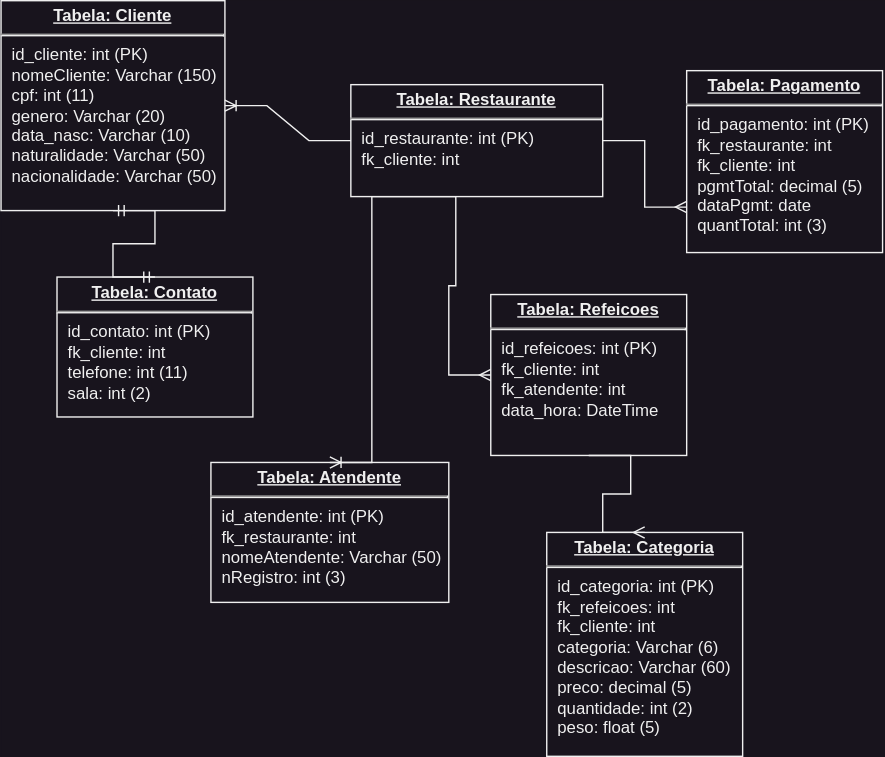
Above: Microsoft SQL Server/SENAI - Banco de Dados para Data Science/Projeto de Banco de Dados para a Cantina/BDCantina.drawio.svg in igormanoels/.Estudos-em-Banco_de_Dados (draw.io), before the change. Source tidied: cells renumbered, new cells last; positions are measured from the earlier drawing's top-left corner, leaving out a move shared by most shapes. Its diagram source:
```xml
<mxGraphModel>
  <root>
    <mxCell id="0" />
    <mxCell id="1" parent="0" />
    <mxCell id="2" value="&lt;p style=&quot;margin: 0px ; margin-top: 4px ; text-align: center ; text-decoration: underline&quot;&gt;&lt;b&gt;Tabela: Cliente&lt;/b&gt;&lt;/p&gt;&lt;hr&gt;&lt;p style=&quot;margin: 0px ; margin-left: 8px&quot;&gt;id_cliente: int (PK)&lt;br&gt;nomeCliente: Varchar (150)&lt;br&gt;cpf: int (11)&lt;/p&gt;&lt;p style=&quot;margin: 0px ; margin-left: 8px&quot;&gt;genero: Varchar (20)&lt;/p&gt;&lt;p style=&quot;margin: 0px ; margin-left: 8px&quot;&gt;data_nasc: Varchar (10)&lt;/p&gt;&lt;p style=&quot;margin: 0px ; margin-left: 8px&quot;&gt;naturalidade: Varchar (50)&lt;/p&gt;&lt;p style=&quot;margin: 0px ; margin-left: 8px&quot;&gt;nacionalidade: Varchar (50)&lt;/p&gt;" style="verticalAlign=top;align=left;overflow=fill;fontSize=12;fontFamily=Helvetica;html=1;rounded=0;shadow=0;comic=0;labelBackgroundColor=none;strokeWidth=1;" parent="1" vertex="1">
      <mxGeometry width="160" height="150" as="geometry" />
    </mxCell>
    <mxCell id="3" value="&lt;p style=&quot;margin: 0px ; margin-top: 4px ; text-align: center ; text-decoration: underline&quot;&gt;&lt;b&gt;Tabela: Restaurante&lt;/b&gt;&lt;/p&gt;&lt;hr&gt;&lt;p style=&quot;margin: 0px ; margin-left: 8px&quot;&gt;id_restaurante: int (PK)&lt;/p&gt;&lt;p style=&quot;margin: 0px ; margin-left: 8px&quot;&gt;fk_cliente: int&lt;/p&gt;&lt;p style=&quot;margin: 0px ; margin-left: 8px&quot;&gt;&lt;br&gt;&lt;/p&gt;" style="verticalAlign=top;align=left;overflow=fill;fontSize=12;fontFamily=Helvetica;html=1;rounded=0;shadow=0;comic=0;labelBackgroundColor=none;strokeWidth=1;" parent="1" vertex="1">
      <mxGeometry x="250" y="60" width="180" height="80" as="geometry" />
    </mxCell>
    <mxCell id="4" value="&lt;p style=&quot;margin: 0px ; margin-top: 4px ; text-align: center ; text-decoration: underline&quot;&gt;&lt;b&gt;Tabela: Pagamento&lt;/b&gt;&lt;/p&gt;&lt;hr&gt;&lt;p style=&quot;margin: 0px ; margin-left: 8px&quot;&gt;id_pagamento: int (PK)&lt;/p&gt;&lt;p style=&quot;margin: 0px ; margin-left: 8px&quot;&gt;fk_restaurante: int&lt;/p&gt;&lt;p style=&quot;margin: 0px ; margin-left: 8px&quot;&gt;fk_cliente: int&lt;/p&gt;&lt;p style=&quot;margin: 0px ; margin-left: 8px&quot;&gt;pgmtTotal: decimal (5)&lt;/p&gt;&lt;p style=&quot;margin: 0px ; margin-left: 8px&quot;&gt;dataPgmt: date&lt;/p&gt;&lt;p style=&quot;margin: 0px ; margin-left: 8px&quot;&gt;quantTotal: int (3)&lt;/p&gt;" style="verticalAlign=top;align=left;overflow=fill;fontSize=12;fontFamily=Helvetica;html=1;rounded=0;shadow=0;comic=0;labelBackgroundColor=none;strokeWidth=1;" parent="1" vertex="1">
      <mxGeometry x="490" y="50" width="140" height="130" as="geometry" />
    </mxCell>
    <mxCell id="5" value="&lt;p style=&quot;margin: 0px ; margin-top: 4px ; text-align: center ; text-decoration: underline&quot;&gt;&lt;b&gt;Tabela: Refeicoes&lt;/b&gt;&lt;/p&gt;&lt;hr&gt;&lt;p style=&quot;margin: 0px ; margin-left: 8px&quot;&gt;id_refeicoes: int (PK)&lt;/p&gt;&lt;p style=&quot;margin: 0px ; margin-left: 8px&quot;&gt;fk_cliente: int&lt;br&gt;&lt;/p&gt;&lt;p style=&quot;margin: 0px ; margin-left: 8px&quot;&gt;fk_atendente: int&lt;/p&gt;&lt;p style=&quot;margin: 0px ; margin-left: 8px&quot;&gt;data_hora: DateTime&lt;/p&gt;" style="verticalAlign=top;align=left;overflow=fill;fontSize=12;fontFamily=Helvetica;html=1;rounded=0;shadow=0;comic=0;labelBackgroundColor=none;strokeWidth=1;" parent="1" vertex="1">
      <mxGeometry x="350" y="210" width="140" height="115" as="geometry" />
    </mxCell>
    <mxCell id="6" style="edgeStyle=entityRelationEdgeStyle;fontSize=12;html=1;endArrow=ERmany;rounded=0;entryX=0;entryY=0.5;entryDx=0;entryDy=0;exitX=0.25;exitY=1;exitDx=0;exitDy=0;" parent="1" edge="1" source="3" target="5">
      <mxGeometry relative="1" as="geometry">
        <Array as="points">
          <mxPoint x="390" y="170" />
          <mxPoint x="470" y="145" />
          <mxPoint x="400" y="260" />
          <mxPoint x="170" y="290" />
        </Array>
      </mxGeometry>
    </mxCell>
    <mxCell id="7" style="edgeStyle=entityRelationEdgeStyle;fontSize=12;html=1;endArrow=ERoneToMany;rounded=0;entryX=1;entryY=0.5;entryDx=0;entryDy=0;exitX=0;exitY=0.5;exitDx=0;exitDy=0;" parent="1" edge="1" source="3" target="2">
      <mxGeometry relative="1" as="geometry">
        <Array as="points">
          <mxPoint x="180" y="120" />
        </Array>
      </mxGeometry>
    </mxCell>
    <mxCell id="8" value="&lt;p style=&quot;margin: 0px ; margin-top: 4px ; text-align: center ; text-decoration: underline&quot;&gt;&lt;b&gt;Tabela: Categoria&lt;/b&gt;&lt;/p&gt;&lt;hr&gt;&lt;p style=&quot;margin: 0px 0px 0px 8px;&quot;&gt;&lt;span style=&quot;background-color: initial;&quot;&gt;id_categoria: int (PK)&lt;/span&gt;&lt;/p&gt;&lt;p style=&quot;margin: 0px 0px 0px 8px;&quot;&gt;&lt;span style=&quot;background-color: initial;&quot;&gt;fk_refeicoes: int&lt;/span&gt;&lt;br&gt;&lt;/p&gt;&lt;p style=&quot;margin: 0px 0px 0px 8px;&quot;&gt;fk_cliente: int&lt;/p&gt;&lt;p style=&quot;margin: 0px 0px 0px 8px;&quot;&gt;categoria: Varchar (6)&lt;br&gt;&lt;/p&gt;&lt;p style=&quot;margin: 0px 0px 0px 8px;&quot;&gt;descricao: Varchar (60)&lt;/p&gt;&lt;p style=&quot;margin: 0px 0px 0px 8px;&quot;&gt;preco: decimal (5)&lt;/p&gt;&lt;p style=&quot;margin: 0px 0px 0px 8px;&quot;&gt;quantidade: int (2)&lt;/p&gt;&lt;p style=&quot;margin: 0px 0px 0px 8px;&quot;&gt;peso: float (5)&lt;/p&gt;" style="verticalAlign=top;align=left;overflow=fill;fontSize=12;fontFamily=Helvetica;html=1;rounded=0;shadow=0;comic=0;labelBackgroundColor=none;strokeWidth=1;" parent="1" vertex="1">
      <mxGeometry x="390" y="380" width="140" height="160" as="geometry" />
    </mxCell>
    <mxCell id="9" value="&lt;p style=&quot;margin: 0px ; margin-top: 4px ; text-align: center ; text-decoration: underline&quot;&gt;&lt;b&gt;Tabela: Contato&lt;/b&gt;&lt;/p&gt;&lt;hr&gt;&lt;p style=&quot;margin: 0px ; margin-left: 8px&quot;&gt;id_contato: int (PK)&lt;/p&gt;&lt;p style=&quot;margin: 0px ; margin-left: 8px&quot;&gt;fk_cliente: int&lt;br&gt;telefone: int (11)&lt;br&gt;&lt;span style=&quot;background-color: initial;&quot;&gt;sala: int (2)&lt;/span&gt;&lt;br&gt;&lt;/p&gt;" style="verticalAlign=top;align=left;overflow=fill;fontSize=12;fontFamily=Helvetica;html=1;rounded=0;shadow=0;comic=0;labelBackgroundColor=none;strokeWidth=1;" parent="1" vertex="1">
      <mxGeometry x="40" y="197.5" width="140" height="100" as="geometry" />
    </mxCell>
    <mxCell id="10" style="edgeStyle=entityRelationEdgeStyle;fontSize=12;html=1;endArrow=ERmandOne;startArrow=ERmandOne;rounded=0;entryX=0.5;entryY=1;entryDx=0;entryDy=0;exitX=0.5;exitY=0;exitDx=0;exitDy=0;" parent="1" edge="1" source="9" target="2">
      <mxGeometry relative="1" as="geometry">
        <Array as="points">
          <mxPoint x="100" y="220" />
          <mxPoint x="100" y="220" />
          <mxPoint x="110" y="190" />
        </Array>
      </mxGeometry>
    </mxCell>
    <mxCell id="11" value="&lt;p style=&quot;margin: 0px ; margin-top: 4px ; text-align: center ; text-decoration: underline&quot;&gt;&lt;b&gt;Tabela: Atendente&lt;/b&gt;&lt;/p&gt;&lt;hr&gt;&lt;p style=&quot;margin: 0px ; margin-left: 8px&quot;&gt;id_atendente: int (PK)&lt;/p&gt;&lt;p style=&quot;margin: 0px ; margin-left: 8px&quot;&gt;fk_restaurante: int&lt;/p&gt;&lt;p style=&quot;margin: 0px 0px 0px 8px;&quot;&gt;nomeAtendente: Varchar (50)&lt;/p&gt;&lt;p style=&quot;margin: 0px 0px 0px 8px;&quot;&gt;nRegistro: int (3)&lt;/p&gt;" style="verticalAlign=top;align=left;overflow=fill;fontSize=12;fontFamily=Helvetica;html=1;rounded=0;shadow=0;comic=0;labelBackgroundColor=none;strokeWidth=1;" parent="1" vertex="1">
      <mxGeometry x="150" y="330" width="170" height="100" as="geometry" />
    </mxCell>
    <mxCell id="12" style="edgeStyle=entityRelationEdgeStyle;fontSize=12;html=1;endArrow=ERoneToMany;rounded=0;entryX=0.5;entryY=0;entryDx=0;entryDy=0;exitX=0.25;exitY=1;exitDx=0;exitDy=0;" parent="1" edge="1" source="3" target="11">
      <mxGeometry relative="1" as="geometry">
        <Array as="points">
          <mxPoint x="250" y="130" />
          <mxPoint x="300" y="130" />
        </Array>
      </mxGeometry>
    </mxCell>
    <mxCell id="13" style="edgeStyle=entityRelationEdgeStyle;fontSize=12;html=1;endArrow=ERmany;rounded=0;exitX=0.5;exitY=1;exitDx=0;exitDy=0;entryX=0.5;entryY=0;entryDx=0;entryDy=0;" parent="1" edge="1" source="5" target="8">
      <mxGeometry relative="1" as="geometry" />
    </mxCell>
    <mxCell id="14" style="edgeStyle=entityRelationEdgeStyle;fontSize=12;html=1;endArrow=ERmany;rounded=0;exitX=1;exitY=0.5;exitDx=0;exitDy=0;entryX=0;entryY=0.75;entryDx=0;entryDy=0;" parent="1" edge="1" source="3" target="4">
      <mxGeometry relative="1" as="geometry" />
    </mxCell>
  </root>
</mxGraphModel>
```
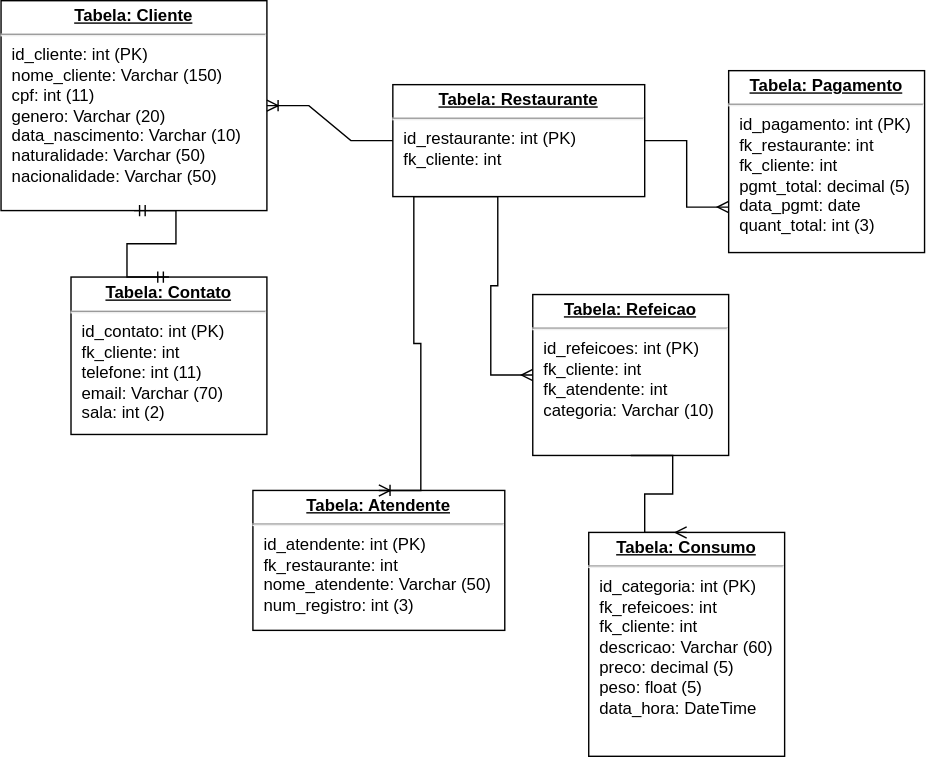
Later version of the same file.

The edit, as a diff of the source:
```diff
@@ -2,16 +2,16 @@
   <root>
     <mxCell id="0" />
     <mxCell id="1" parent="0" />
-    <mxCell id="2" value="&lt;p style=&quot;margin: 0px ; margin-top: 4px ; text-align: center ; text-decoration: underline&quot;&gt;&lt;b&gt;Tabela: Cliente&lt;/b&gt;&lt;/p&gt;&lt;hr&gt;&lt;p style=&quot;margin: 0px ; margin-left: 8px&quot;&gt;id_cliente: int (PK)&lt;br&gt;nomeCliente: Varchar (150)&lt;br&gt;cpf: int (11)&lt;/p&gt;&lt;p style=&quot;margin: 0px ; margin-left: 8px&quot;&gt;genero: Varchar (20)&lt;/p&gt;&lt;p style=&quot;margin: 0px ; margin-left: 8px&quot;&gt;data_nasc: Varchar (10)&lt;/p&gt;&lt;p style=&quot;margin: 0px ; margin-left: 8px&quot;&gt;naturalidade: Varchar (50)&lt;/p&gt;&lt;p style=&quot;margin: 0px ; margin-left: 8px&quot;&gt;nacionalidade: Varchar (50)&lt;/p&gt;" style="verticalAlign=top;align=left;overflow=fill;fontSize=12;fontFamily=Helvetica;html=1;rounded=0;shadow=0;comic=0;labelBackgroundColor=none;strokeWidth=1;" parent="1" vertex="1">
-      <mxGeometry width="160" height="150" as="geometry" />
+    <mxCell id="2" value="&lt;p style=&quot;margin: 0px ; margin-top: 4px ; text-align: center ; text-decoration: underline&quot;&gt;&lt;b&gt;Tabela: Cliente&lt;/b&gt;&lt;/p&gt;&lt;hr&gt;&lt;p style=&quot;margin: 0px ; margin-left: 8px&quot;&gt;id_cliente: int (PK)&lt;br&gt;nome_cliente: Varchar (150)&lt;br&gt;cpf: int (11)&lt;/p&gt;&lt;p style=&quot;margin: 0px ; margin-left: 8px&quot;&gt;genero: Varchar (20)&lt;/p&gt;&lt;p style=&quot;margin: 0px ; margin-left: 8px&quot;&gt;data_nascimento: Varchar (10)&lt;/p&gt;&lt;p style=&quot;margin: 0px ; margin-left: 8px&quot;&gt;naturalidade: Varchar (50)&lt;/p&gt;&lt;p style=&quot;margin: 0px ; margin-left: 8px&quot;&gt;nacionalidade: Varchar (50)&lt;/p&gt;" style="verticalAlign=top;align=left;overflow=fill;fontSize=12;fontFamily=Helvetica;html=1;rounded=0;shadow=0;comic=0;labelBackgroundColor=none;strokeWidth=1;" parent="1" vertex="1">
+      <mxGeometry x="-30" width="190" height="150" as="geometry" />
     </mxCell>
     <mxCell id="3" value="&lt;p style=&quot;margin: 0px ; margin-top: 4px ; text-align: center ; text-decoration: underline&quot;&gt;&lt;b&gt;Tabela: Restaurante&lt;/b&gt;&lt;/p&gt;&lt;hr&gt;&lt;p style=&quot;margin: 0px ; margin-left: 8px&quot;&gt;id_restaurante: int (PK)&lt;/p&gt;&lt;p style=&quot;margin: 0px ; margin-left: 8px&quot;&gt;fk_cliente: int&lt;/p&gt;&lt;p style=&quot;margin: 0px ; margin-left: 8px&quot;&gt;&lt;br&gt;&lt;/p&gt;" style="verticalAlign=top;align=left;overflow=fill;fontSize=12;fontFamily=Helvetica;html=1;rounded=0;shadow=0;comic=0;labelBackgroundColor=none;strokeWidth=1;" parent="1" vertex="1">
       <mxGeometry x="250" y="60" width="180" height="80" as="geometry" />
     </mxCell>
-    <mxCell id="4" value="&lt;p style=&quot;margin: 0px ; margin-top: 4px ; text-align: center ; text-decoration: underline&quot;&gt;&lt;b&gt;Tabela: Pagamento&lt;/b&gt;&lt;/p&gt;&lt;hr&gt;&lt;p style=&quot;margin: 0px ; margin-left: 8px&quot;&gt;id_pagamento: int (PK)&lt;/p&gt;&lt;p style=&quot;margin: 0px ; margin-left: 8px&quot;&gt;fk_restaurante: int&lt;/p&gt;&lt;p style=&quot;margin: 0px ; margin-left: 8px&quot;&gt;fk_cliente: int&lt;/p&gt;&lt;p style=&quot;margin: 0px ; margin-left: 8px&quot;&gt;pgmtTotal: decimal (5)&lt;/p&gt;&lt;p style=&quot;margin: 0px ; margin-left: 8px&quot;&gt;dataPgmt: date&lt;/p&gt;&lt;p style=&quot;margin: 0px ; margin-left: 8px&quot;&gt;quantTotal: int (3)&lt;/p&gt;" style="verticalAlign=top;align=left;overflow=fill;fontSize=12;fontFamily=Helvetica;html=1;rounded=0;shadow=0;comic=0;labelBackgroundColor=none;strokeWidth=1;" parent="1" vertex="1">
+    <mxCell id="4" value="&lt;p style=&quot;margin: 0px ; margin-top: 4px ; text-align: center ; text-decoration: underline&quot;&gt;&lt;b&gt;Tabela: Pagamento&lt;/b&gt;&lt;/p&gt;&lt;hr&gt;&lt;p style=&quot;margin: 0px ; margin-left: 8px&quot;&gt;id_pagamento: int (PK)&lt;/p&gt;&lt;p style=&quot;margin: 0px ; margin-left: 8px&quot;&gt;fk_restaurante: int&lt;/p&gt;&lt;p style=&quot;margin: 0px ; margin-left: 8px&quot;&gt;fk_cliente: int&lt;/p&gt;&lt;p style=&quot;margin: 0px ; margin-left: 8px&quot;&gt;pgmt_total: decimal (5)&lt;/p&gt;&lt;p style=&quot;margin: 0px ; margin-left: 8px&quot;&gt;data_pgmt: date&lt;/p&gt;&lt;p style=&quot;margin: 0px ; margin-left: 8px&quot;&gt;quant_total: int (3)&lt;/p&gt;" style="verticalAlign=top;align=left;overflow=fill;fontSize=12;fontFamily=Helvetica;html=1;rounded=0;shadow=0;comic=0;labelBackgroundColor=none;strokeWidth=1;" parent="1" vertex="1">
       <mxGeometry x="490" y="50" width="140" height="130" as="geometry" />
     </mxCell>
-    <mxCell id="5" value="&lt;p style=&quot;margin: 0px ; margin-top: 4px ; text-align: center ; text-decoration: underline&quot;&gt;&lt;b&gt;Tabela: Refeicoes&lt;/b&gt;&lt;/p&gt;&lt;hr&gt;&lt;p style=&quot;margin: 0px ; margin-left: 8px&quot;&gt;id_refeicoes: int (PK)&lt;/p&gt;&lt;p style=&quot;margin: 0px ; margin-left: 8px&quot;&gt;fk_cliente: int&lt;br&gt;&lt;/p&gt;&lt;p style=&quot;margin: 0px ; margin-left: 8px&quot;&gt;fk_atendente: int&lt;/p&gt;&lt;p style=&quot;margin: 0px ; margin-left: 8px&quot;&gt;data_hora: DateTime&lt;/p&gt;" style="verticalAlign=top;align=left;overflow=fill;fontSize=12;fontFamily=Helvetica;html=1;rounded=0;shadow=0;comic=0;labelBackgroundColor=none;strokeWidth=1;" parent="1" vertex="1">
+    <mxCell id="5" value="&lt;p style=&quot;margin: 0px ; margin-top: 4px ; text-align: center ; text-decoration: underline&quot;&gt;&lt;b&gt;Tabela: Refeicao&lt;/b&gt;&lt;/p&gt;&lt;hr&gt;&lt;p style=&quot;margin: 0px ; margin-left: 8px&quot;&gt;id_refeicoes: int (PK)&lt;/p&gt;&lt;p style=&quot;margin: 0px ; margin-left: 8px&quot;&gt;fk_cliente: int&lt;br&gt;&lt;/p&gt;&lt;p style=&quot;margin: 0px ; margin-left: 8px&quot;&gt;fk_atendente: int&lt;/p&gt;&lt;p style=&quot;margin: 0px ; margin-left: 8px&quot;&gt;categoria: Varchar (10)&lt;/p&gt;" style="verticalAlign=top;align=left;overflow=fill;fontSize=12;fontFamily=Helvetica;html=1;rounded=0;shadow=0;comic=0;labelBackgroundColor=none;strokeWidth=1;" parent="1" vertex="1">
       <mxGeometry x="350" y="210" width="140" height="115" as="geometry" />
     </mxCell>
     <mxCell id="6" style="edgeStyle=entityRelationEdgeStyle;fontSize=12;html=1;endArrow=ERmany;rounded=0;entryX=0;entryY=0.5;entryDx=0;entryDy=0;exitX=0.25;exitY=1;exitDx=0;exitDy=0;" parent="1" edge="1" source="3" target="5">
@@ -31,11 +31,11 @@
         </Array>
       </mxGeometry>
     </mxCell>
-    <mxCell id="8" value="&lt;p style=&quot;margin: 0px ; margin-top: 4px ; text-align: center ; text-decoration: underline&quot;&gt;&lt;b&gt;Tabela: Categoria&lt;/b&gt;&lt;/p&gt;&lt;hr&gt;&lt;p style=&quot;margin: 0px 0px 0px 8px;&quot;&gt;&lt;span style=&quot;background-color: initial;&quot;&gt;id_categoria: int (PK)&lt;/span&gt;&lt;/p&gt;&lt;p style=&quot;margin: 0px 0px 0px 8px;&quot;&gt;&lt;span style=&quot;background-color: initial;&quot;&gt;fk_refeicoes: int&lt;/span&gt;&lt;br&gt;&lt;/p&gt;&lt;p style=&quot;margin: 0px 0px 0px 8px;&quot;&gt;fk_cliente: int&lt;/p&gt;&lt;p style=&quot;margin: 0px 0px 0px 8px;&quot;&gt;categoria: Varchar (6)&lt;br&gt;&lt;/p&gt;&lt;p style=&quot;margin: 0px 0px 0px 8px;&quot;&gt;descricao: Varchar (60)&lt;/p&gt;&lt;p style=&quot;margin: 0px 0px 0px 8px;&quot;&gt;preco: decimal (5)&lt;/p&gt;&lt;p style=&quot;margin: 0px 0px 0px 8px;&quot;&gt;quantidade: int (2)&lt;/p&gt;&lt;p style=&quot;margin: 0px 0px 0px 8px;&quot;&gt;peso: float (5)&lt;/p&gt;" style="verticalAlign=top;align=left;overflow=fill;fontSize=12;fontFamily=Helvetica;html=1;rounded=0;shadow=0;comic=0;labelBackgroundColor=none;strokeWidth=1;" parent="1" vertex="1">
+    <mxCell id="8" value="&lt;p style=&quot;margin: 0px ; margin-top: 4px ; text-align: center ; text-decoration: underline&quot;&gt;&lt;b&gt;Tabela: Consumo&lt;/b&gt;&lt;/p&gt;&lt;hr&gt;&lt;p style=&quot;margin: 0px 0px 0px 8px;&quot;&gt;&lt;span style=&quot;background-color: initial;&quot;&gt;id_categoria: int (PK)&lt;/span&gt;&lt;/p&gt;&lt;p style=&quot;margin: 0px 0px 0px 8px;&quot;&gt;&lt;span style=&quot;background-color: initial;&quot;&gt;fk_refeicoes: int&lt;/span&gt;&lt;br&gt;&lt;/p&gt;&lt;p style=&quot;margin: 0px 0px 0px 8px;&quot;&gt;fk_cliente: int&lt;/p&gt;&lt;p style=&quot;margin: 0px 0px 0px 8px;&quot;&gt;&lt;span style=&quot;background-color: initial;&quot;&gt;descricao: Varchar (60)&lt;/span&gt;&lt;br&gt;&lt;/p&gt;&lt;p style=&quot;margin: 0px 0px 0px 8px;&quot;&gt;preco: decimal (5)&lt;/p&gt;&lt;p style=&quot;margin: 0px 0px 0px 8px;&quot;&gt;&lt;span style=&quot;background-color: initial;&quot;&gt;peso: float (5)&lt;/span&gt;&lt;br&gt;&lt;/p&gt;&lt;p style=&quot;margin: 0px 0px 0px 8px;&quot;&gt;data_hora: DateTime&lt;span style=&quot;background-color: initial;&quot;&gt;&lt;br&gt;&lt;/span&gt;&lt;/p&gt;" style="verticalAlign=top;align=left;overflow=fill;fontSize=12;fontFamily=Helvetica;html=1;rounded=0;shadow=0;comic=0;labelBackgroundColor=none;strokeWidth=1;" parent="1" vertex="1">
       <mxGeometry x="390" y="380" width="140" height="160" as="geometry" />
     </mxCell>
-    <mxCell id="9" value="&lt;p style=&quot;margin: 0px ; margin-top: 4px ; text-align: center ; text-decoration: underline&quot;&gt;&lt;b&gt;Tabela: Contato&lt;/b&gt;&lt;/p&gt;&lt;hr&gt;&lt;p style=&quot;margin: 0px ; margin-left: 8px&quot;&gt;id_contato: int (PK)&lt;/p&gt;&lt;p style=&quot;margin: 0px ; margin-left: 8px&quot;&gt;fk_cliente: int&lt;br&gt;telefone: int (11)&lt;br&gt;&lt;span style=&quot;background-color: initial;&quot;&gt;sala: int (2)&lt;/span&gt;&lt;br&gt;&lt;/p&gt;" style="verticalAlign=top;align=left;overflow=fill;fontSize=12;fontFamily=Helvetica;html=1;rounded=0;shadow=0;comic=0;labelBackgroundColor=none;strokeWidth=1;" parent="1" vertex="1">
-      <mxGeometry x="40" y="197.5" width="140" height="100" as="geometry" />
+    <mxCell id="9" value="&lt;p style=&quot;margin: 0px ; margin-top: 4px ; text-align: center ; text-decoration: underline&quot;&gt;&lt;b&gt;Tabela: Contato&lt;/b&gt;&lt;/p&gt;&lt;hr&gt;&lt;p style=&quot;margin: 0px ; margin-left: 8px&quot;&gt;id_contato: int (PK)&lt;/p&gt;&lt;p style=&quot;margin: 0px ; margin-left: 8px&quot;&gt;fk_cliente: int&lt;br&gt;telefone: int (11)&lt;/p&gt;&lt;p style=&quot;margin: 0px ; margin-left: 8px&quot;&gt;email: Varchar (70)&lt;br&gt;&lt;span style=&quot;background-color: initial;&quot;&gt;sala: int (2)&lt;/span&gt;&lt;br&gt;&lt;/p&gt;" style="verticalAlign=top;align=left;overflow=fill;fontSize=12;fontFamily=Helvetica;html=1;rounded=0;shadow=0;comic=0;labelBackgroundColor=none;strokeWidth=1;" parent="1" vertex="1">
+      <mxGeometry x="20" y="197.5" width="140" height="112.5" as="geometry" />
     </mxCell>
     <mxCell id="10" style="edgeStyle=entityRelationEdgeStyle;fontSize=12;html=1;endArrow=ERmandOne;startArrow=ERmandOne;rounded=0;entryX=0.5;entryY=1;entryDx=0;entryDy=0;exitX=0.5;exitY=0;exitDx=0;exitDy=0;" parent="1" edge="1" source="9" target="2">
       <mxGeometry relative="1" as="geometry">
@@ -46,8 +46,8 @@
         </Array>
       </mxGeometry>
     </mxCell>
-    <mxCell id="11" value="&lt;p style=&quot;margin: 0px ; margin-top: 4px ; text-align: center ; text-decoration: underline&quot;&gt;&lt;b&gt;Tabela: Atendente&lt;/b&gt;&lt;/p&gt;&lt;hr&gt;&lt;p style=&quot;margin: 0px ; margin-left: 8px&quot;&gt;id_atendente: int (PK)&lt;/p&gt;&lt;p style=&quot;margin: 0px ; margin-left: 8px&quot;&gt;fk_restaurante: int&lt;/p&gt;&lt;p style=&quot;margin: 0px 0px 0px 8px;&quot;&gt;nomeAtendente: Varchar (50)&lt;/p&gt;&lt;p style=&quot;margin: 0px 0px 0px 8px;&quot;&gt;nRegistro: int (3)&lt;/p&gt;" style="verticalAlign=top;align=left;overflow=fill;fontSize=12;fontFamily=Helvetica;html=1;rounded=0;shadow=0;comic=0;labelBackgroundColor=none;strokeWidth=1;" parent="1" vertex="1">
-      <mxGeometry x="150" y="330" width="170" height="100" as="geometry" />
+    <mxCell id="11" value="&lt;p style=&quot;margin: 0px ; margin-top: 4px ; text-align: center ; text-decoration: underline&quot;&gt;&lt;b&gt;Tabela: Atendente&lt;/b&gt;&lt;/p&gt;&lt;hr&gt;&lt;p style=&quot;margin: 0px ; margin-left: 8px&quot;&gt;id_atendente: int (PK)&lt;/p&gt;&lt;p style=&quot;margin: 0px ; margin-left: 8px&quot;&gt;fk_restaurante: int&lt;/p&gt;&lt;p style=&quot;margin: 0px 0px 0px 8px;&quot;&gt;nome_atendente: Varchar (50)&lt;/p&gt;&lt;p style=&quot;margin: 0px 0px 0px 8px;&quot;&gt;num_registro: int (3)&lt;/p&gt;" style="verticalAlign=top;align=left;overflow=fill;fontSize=12;fontFamily=Helvetica;html=1;rounded=0;shadow=0;comic=0;labelBackgroundColor=none;strokeWidth=1;" parent="1" vertex="1">
+      <mxGeometry x="150" y="350" width="180" height="100" as="geometry" />
     </mxCell>
     <mxCell id="12" style="edgeStyle=entityRelationEdgeStyle;fontSize=12;html=1;endArrow=ERoneToMany;rounded=0;entryX=0.5;entryY=0;entryDx=0;entryDy=0;exitX=0.25;exitY=1;exitDx=0;exitDy=0;" parent="1" edge="1" source="3" target="11">
       <mxGeometry relative="1" as="geometry">
```
